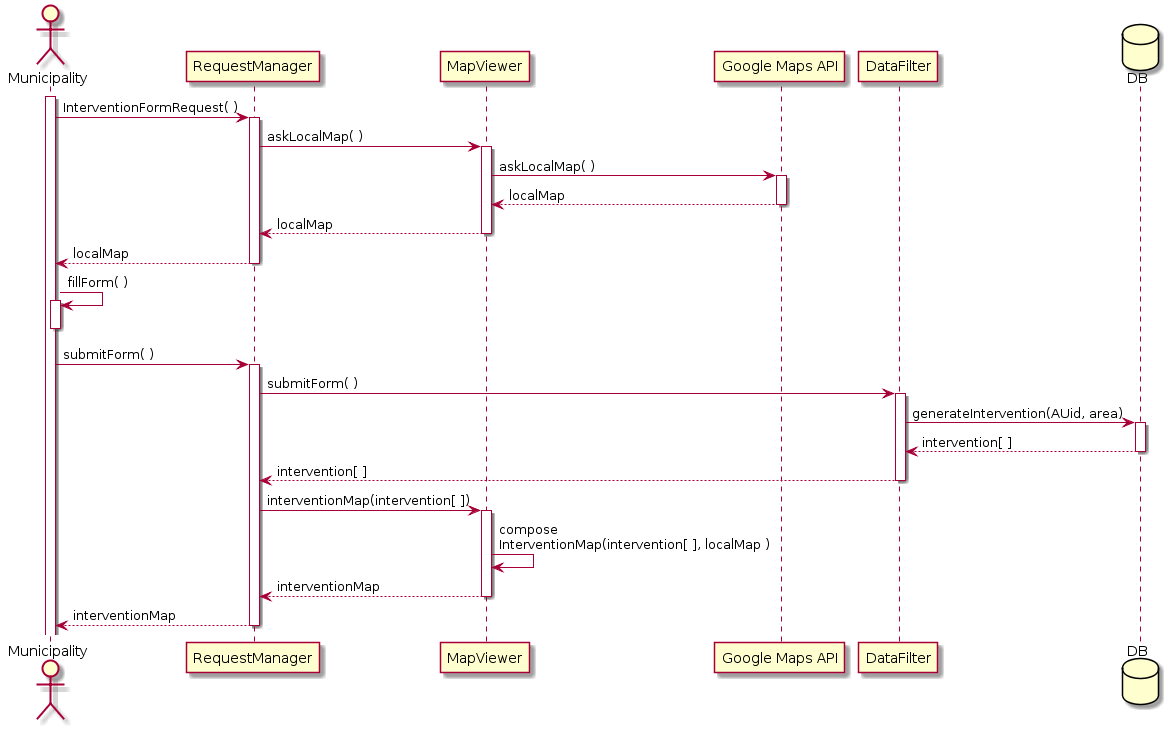
fafrullo2/PanzeriPeruginiPipita keeps this PlantUML diagram as DD/Images/seqDiag_Interventions.png. Above is the earlier version.
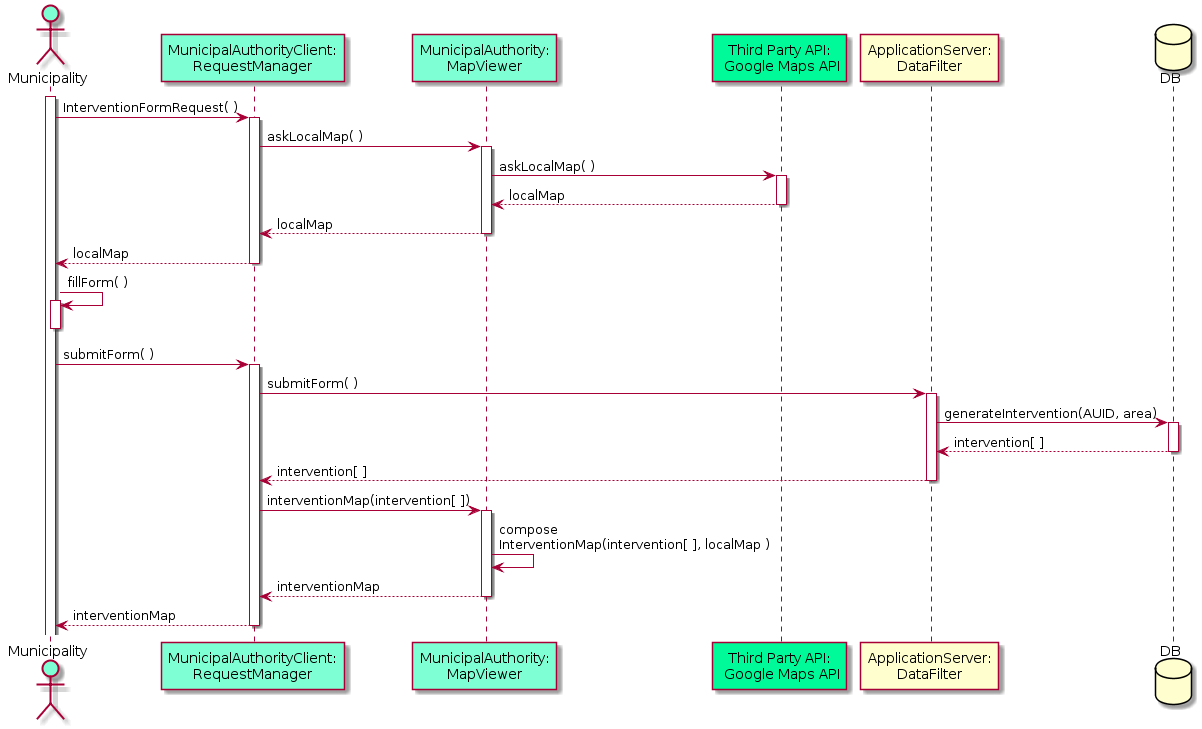
The same diagram one commit later.

Diff of the diagram source:
```diff
@@ -1,9 +1,9 @@
 @startuml
-actor Municipality order 10
-participant RequestManager order 20
-participant MapViewer order 30
-participant "Google Maps API" order 40
-participant DataFilter order 50
+actor Municipality order 10 #Aquamarine
+participant RequestManager as "MunicipalAuthorityClient:\nRequestManager" order 20 #Aquamarine
+participant MapViewer as "MunicipalAuthority:\nMapViewer" order 30 #Aquamarine
+participant MapsAPI as "Third Party API:\n Google Maps API" order 40 #MediumSpringGreen
+participant DataFilter as "ApplicationServer:\nDataFilter" order 50
 database DB order 60
 
 activate Municipality
@@ -13,8 +13,8 @@
 RequestManager -> MapViewer: askLocalMap( )
 activate MapViewer
 
-MapViewer -> "Google Maps API": askLocalMap( )
-Activate "Google Maps API"
+MapViewer -> MapsAPI : askLocalMap( )
+Activate MapsAPI
 
 return localMap
 return localMap
@@ -30,7 +30,7 @@
 RequestManager -> DataFilter : submitForm( )
 activate DataFilter
 
-DataFilter -> DB : generateIntervention(AUid, area)
+DataFilter -> DB : generateIntervention(AUID, area)
 activate DB
 return intervention[ ]
 return intervention[ ]
```
